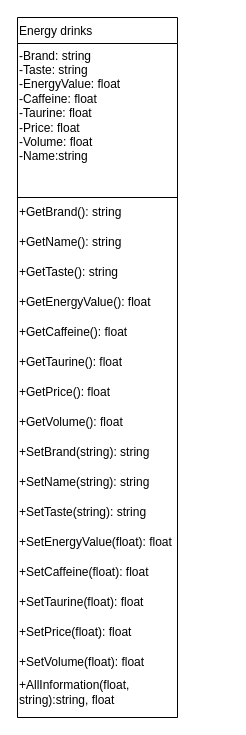
Above: Untitled Diagram.drawio in RinaBoni/oop (draw.io), before the change. Source tidied: cells renumbered, new cells numbered last; positions are measured from the earlier drawing's top-left corner, leaving out a move shared by most shapes. Both pictures are drawn from the tidied source at 100%, with x=0, y=0 at pixel (17, 17).
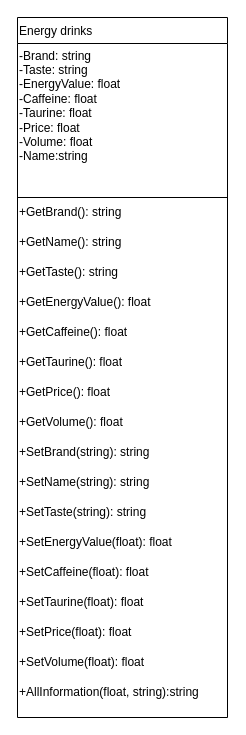
The same diagram, later.

What changed in the source:
```diff
@@
     <mxCell id="2" value="Energy drinks" style="swimlane;fontStyle=0;align=left;verticalAlign=top;horizontal=1;startSize=26;rounded=0;shadow=0;strokeWidth=1;" parent="1" vertex="1">
-      <mxGeometry width="160" height="700" as="geometry" />
+      <mxGeometry width="210" height="700" as="geometry" />
     </mxCell>
     <mxCell id="3" value="&lt;div&gt;-Brand: string&lt;/div&gt;&lt;div&gt;-Taste: string&lt;/div&gt;&lt;div&gt;-EnergyValue: float&lt;/div&gt;&lt;div&gt;-Сaffeine: float&amp;nbsp;&lt;/div&gt;&lt;div&gt;-Taurine: float&lt;/div&gt;&lt;div&gt;-Price: float&lt;br&gt;&lt;/div&gt;&lt;div&gt;-Volume: float&lt;br&gt;&lt;/div&gt;&lt;div&gt;-Name:string&lt;/div&gt;&lt;div&gt;&lt;br&gt;&lt;/div&gt;&lt;div&gt;&lt;br&gt;&lt;/div&gt;" style="text;html=1;strokeColor=none;fillColor=none;align=left;verticalAlign=middle;whiteSpace=wrap;rounded=0;" parent="2" vertex="1">
-      <mxGeometry y="26" width="160" height="154" as="geometry" />
+      <mxGeometry y="26" width="210" height="154" as="geometry" />
     </mxCell>
@@
     <mxCell id="5" value="+GetBrand(): string" style="text;html=1;strokeColor=none;fillColor=none;align=left;verticalAlign=middle;whiteSpace=wrap;rounded=0;" parent="2" vertex="1">
-      <mxGeometry y="180" width="160" height="30" as="geometry" />
+      <mxGeometry y="180" width="210" height="30" as="geometry" />
     </mxCell>
     <mxCell id="6" value="+GetName(): string" style="text;html=1;strokeColor=none;fillColor=none;align=left;verticalAlign=middle;whiteSpace=wrap;rounded=0;" parent="2" vertex="1">
-      <mxGeometry y="210" width="160" height="30" as="geometry" />
+      <mxGeometry y="210" width="210" height="30" as="geometry" />
     </mxCell>
     <mxCell id="7" value="+GetTaste(): string" style="text;html=1;strokeColor=none;fillColor=none;align=left;verticalAlign=middle;whiteSpace=wrap;rounded=0;" parent="2" vertex="1">
-      <mxGeometry y="240" width="160" height="30" as="geometry" />
+      <mxGeometry y="240" width="210" height="30" as="geometry" />
     </mxCell>
     <mxCell id="8" value="+GetEnergyValue(): float" style="text;html=1;strokeColor=none;fillColor=none;align=left;verticalAlign=middle;whiteSpace=wrap;rounded=0;" parent="2" vertex="1">
-      <mxGeometry y="270" width="160" height="30" as="geometry" />
+      <mxGeometry y="270" width="210" height="30" as="geometry" />
     </mxCell>
     <mxCell id="9" value="+GetСaffeine(): float" style="text;html=1;strokeColor=none;fillColor=none;align=left;verticalAlign=middle;whiteSpace=wrap;rounded=0;" parent="2" vertex="1">
-      <mxGeometry y="300" width="160" height="30" as="geometry" />
+      <mxGeometry y="300" width="210" height="30" as="geometry" />
     </mxCell>
     <mxCell id="10" value="+GetTaurine(): float" style="text;html=1;strokeColor=none;fillColor=none;align=left;verticalAlign=middle;whiteSpace=wrap;rounded=0;" parent="2" vertex="1">
-      <mxGeometry y="330" width="160" height="30" as="geometry" />
+      <mxGeometry y="330" width="210" height="30" as="geometry" />
     </mxCell>
     <mxCell id="11" value="+GetPrice(): float" style="text;html=1;strokeColor=none;fillColor=none;align=left;verticalAlign=middle;whiteSpace=wrap;rounded=0;" parent="2" vertex="1">
-      <mxGeometry y="360" width="160" height="30" as="geometry" />
+      <mxGeometry y="360" width="210" height="30" as="geometry" />
     </mxCell>
     <mxCell id="12" value="+GetVolume(): float" style="text;html=1;strokeColor=none;fillColor=none;align=left;verticalAlign=middle;whiteSpace=wrap;rounded=0;" parent="2" vertex="1">
-      <mxGeometry y="390" width="160" height="30" as="geometry" />
+      <mxGeometry y="390" width="210" height="30" as="geometry" />
     </mxCell>
     <mxCell id="13" value="+SetBrand(string): string" style="text;html=1;strokeColor=none;fillColor=none;align=left;verticalAlign=middle;whiteSpace=wrap;rounded=0;" parent="2" vertex="1">
-      <mxGeometry y="420" width="160" height="30" as="geometry" />
+      <mxGeometry y="420" width="210" height="30" as="geometry" />
     </mxCell>
     <mxCell id="14" value="+SetName(string): string" style="text;html=1;strokeColor=none;fillColor=none;align=left;verticalAlign=middle;whiteSpace=wrap;rounded=0;" parent="2" vertex="1">
-      <mxGeometry y="450" width="160" height="30" as="geometry" />
+      <mxGeometry y="450" width="210" height="30" as="geometry" />
     </mxCell>
     <mxCell id="15" value="+SetTaste(string): string" style="text;html=1;strokeColor=none;fillColor=none;align=left;verticalAlign=middle;whiteSpace=wrap;rounded=0;" parent="2" vertex="1">
-      <mxGeometry y="480" width="160" height="30" as="geometry" />
+      <mxGeometry y="480" width="210" height="30" as="geometry" />
     </mxCell>
     <mxCell id="16" value="+SetEnergyValue(float): float" style="text;html=1;strokeColor=none;fillColor=none;align=left;verticalAlign=middle;whiteSpace=wrap;rounded=0;" parent="2" vertex="1">
-      <mxGeometry y="510" width="160" height="30" as="geometry" />
+      <mxGeometry y="510" width="210" height="30" as="geometry" />
     </mxCell>
     <mxCell id="17" value="+SetСaffeine(float): float" style="text;html=1;strokeColor=none;fillColor=none;align=left;verticalAlign=middle;whiteSpace=wrap;rounded=0;" parent="2" vertex="1">
-      <mxGeometry y="540" width="160" height="30" as="geometry" />
+      <mxGeometry y="540" width="210" height="30" as="geometry" />
     </mxCell>
     <mxCell id="18" value="+SetTaurine(float): float" style="text;html=1;strokeColor=none;fillColor=none;align=left;verticalAlign=middle;whiteSpace=wrap;rounded=0;" parent="2" vertex="1">
-      <mxGeometry y="570" width="160" height="30" as="geometry" />
+      <mxGeometry y="570" width="210" height="30" as="geometry" />
     </mxCell>
     <mxCell id="19" value="+SetPrice(float): float" style="text;html=1;strokeColor=none;fillColor=none;align=left;verticalAlign=middle;whiteSpace=wrap;rounded=0;" parent="2" vertex="1">
-      <mxGeometry y="600" width="160" height="30" as="geometry" />
+      <mxGeometry y="600" width="210" height="30" as="geometry" />
     </mxCell>
     <mxCell id="20" value="+SetVolume(float): float" style="text;html=1;strokeColor=none;fillColor=none;align=left;verticalAlign=middle;whiteSpace=wrap;rounded=0;" parent="2" vertex="1">
-      <mxGeometry y="630" width="160" height="30" as="geometry" />
+      <mxGeometry y="630" width="210" height="30" as="geometry" />
     </mxCell>
-    <mxCell id="21" value="+AllInformation(float, string):string, float" style="text;html=1;strokeColor=none;fillColor=none;align=left;verticalAlign=middle;whiteSpace=wrap;rounded=0;" parent="2" vertex="1">
-      <mxGeometry y="660" width="160" height="30" as="geometry" />
+    <mxCell id="21" value="+AllInformation(float, string):string" style="text;html=1;strokeColor=none;fillColor=none;align=left;verticalAlign=middle;whiteSpace=wrap;rounded=0;" parent="2" vertex="1">
+      <mxGeometry y="660" width="210" height="30" as="geometry" />
     </mxCell>
```
